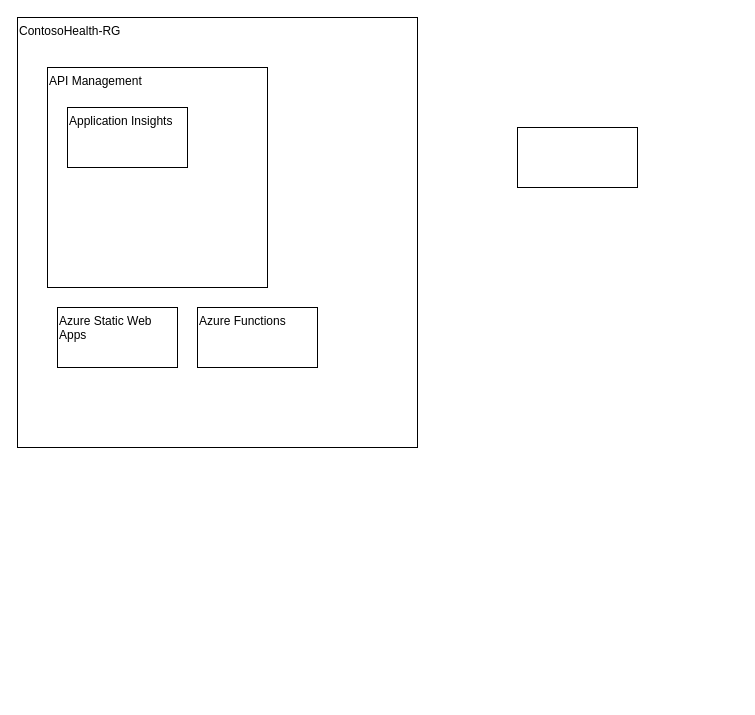
L3mondrop/team6architecture keeps this draw.io diagram as architectureteam6.drawio. Above is the earlier version. Source tidied: cells renumbered, new cells numbered last; positions are measured from the earlier drawing's top-left corner, leaving out a move shared by most shapes. Both pictures are drawn from the tidied source at 100%, with x=0, y=0 at pixel (17, 17).
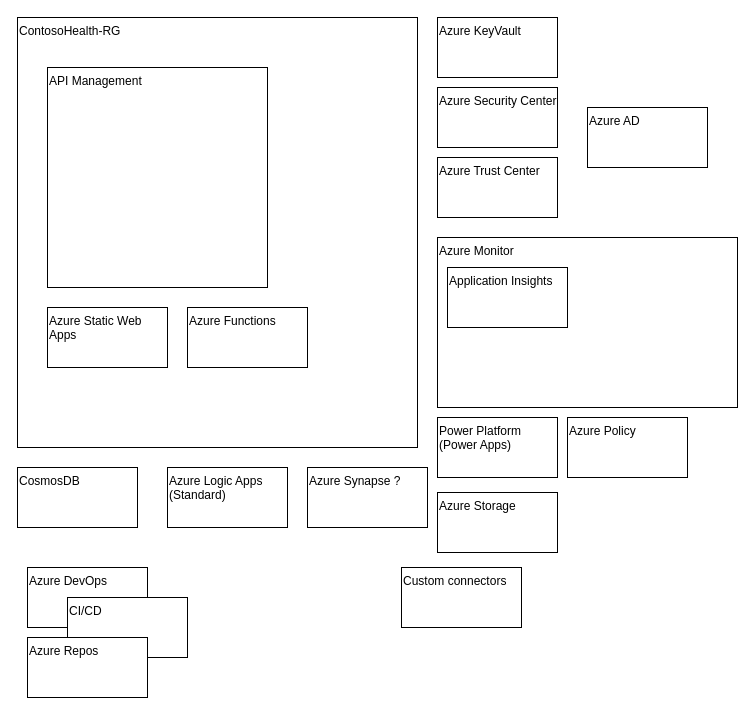
After the change.

The edit, as a diff of the source:
```diff
@@
-    <mxCell id="4" value="Application Insights" style="rounded=0;whiteSpace=wrap;html=1;align=left;verticalAlign=top;" parent="1" vertex="1">
-      <mxGeometry x="50" y="90" width="120" height="60" as="geometry" />
-    </mxCell>
     <mxCell id="5" value="Azure Static Web Apps" style="rounded=0;whiteSpace=wrap;html=1;align=left;verticalAlign=top;" parent="1" vertex="1">
-      <mxGeometry x="40" y="290" width="120" height="60" as="geometry" />
+      <mxGeometry x="30" y="290" width="120" height="60" as="geometry" />
     </mxCell>
     <mxCell id="6" value="Azure Functions" style="rounded=0;whiteSpace=wrap;html=1;align=left;verticalAlign=top;" parent="1" vertex="1">
-      <mxGeometry x="180" y="290" width="120" height="60" as="geometry" />
+      <mxGeometry x="170" y="290" width="120" height="60" as="geometry" />
     </mxCell>
-    <mxCell id="7" style="rounded=0;whiteSpace=wrap;html=1;align=left;verticalAlign=top;" parent="1" vertex="1">
-      <mxGeometry x="500" y="110" width="120" height="60" as="geometry" />
+    <mxCell id="7" value="Azure KeyVault" style="rounded=0;whiteSpace=wrap;html=1;align=left;verticalAlign=top;" parent="1" vertex="1">
+      <mxGeometry x="420" width="120" height="60" as="geometry" />
     </mxCell>
+    <mxCell id="8" value="Azure Monitor&lt;br&gt;" style="rounded=0;whiteSpace=wrap;html=1;align=left;verticalAlign=top;" parent="1" vertex="1">
+      <mxGeometry x="420" y="220" width="300" height="170" as="geometry" />
+    </mxCell>
+    <mxCell id="9" value="Azure Security Center" style="rounded=0;whiteSpace=wrap;html=1;align=left;verticalAlign=top;" parent="1" vertex="1">
+      <mxGeometry x="420" y="70" width="120" height="60" as="geometry" />
+    </mxCell>
+    <mxCell id="10" value="Azure Trust Center" style="rounded=0;whiteSpace=wrap;html=1;align=left;verticalAlign=top;" parent="1" vertex="1">
+      <mxGeometry x="420" y="140" width="120" height="60" as="geometry" />
+    </mxCell>
+    <mxCell id="4" value="Application Insights" style="rounded=0;whiteSpace=wrap;html=1;align=left;verticalAlign=top;" parent="1" vertex="1">
+      <mxGeometry x="430" y="250" width="120" height="60" as="geometry" />
+    </mxCell>
+    <mxCell id="11" value="Azure Policy&lt;br&gt;" style="rounded=0;whiteSpace=wrap;html=1;align=left;verticalAlign=top;" parent="1" vertex="1">
+      <mxGeometry x="550" y="400" width="120" height="60" as="geometry" />
+    </mxCell>
+    <mxCell id="12" value="Power Platform (Power Apps)" style="rounded=0;whiteSpace=wrap;html=1;align=left;verticalAlign=top;" parent="1" vertex="1">
+      <mxGeometry x="420" y="400" width="120" height="60" as="geometry" />
+    </mxCell>
+    <mxCell id="13" value="CosmosDB" style="rounded=0;whiteSpace=wrap;html=1;align=left;verticalAlign=top;" parent="1" vertex="1">
+      <mxGeometry y="450" width="120" height="60" as="geometry" />
+    </mxCell>
+    <mxCell id="14" value="Azure Synapse ?" style="rounded=0;whiteSpace=wrap;html=1;align=left;verticalAlign=top;" parent="1" vertex="1">
+      <mxGeometry x="290" y="450" width="120" height="60" as="geometry" />
+    </mxCell>
+    <mxCell id="15" value="Azure Logic Apps&lt;br&gt;(Standard)" style="rounded=0;whiteSpace=wrap;html=1;align=left;verticalAlign=top;" parent="1" vertex="1">
+      <mxGeometry x="150" y="450" width="120" height="60" as="geometry" />
+    </mxCell>
+    <mxCell id="16" value="Custom connectors&lt;br&gt;" style="rounded=0;whiteSpace=wrap;html=1;align=left;verticalAlign=top;" parent="1" vertex="1">
+      <mxGeometry x="384" y="550" width="120" height="60" as="geometry" />
+    </mxCell>
+    <mxCell id="17" value="Azure DevOps&lt;br&gt;" style="rounded=0;whiteSpace=wrap;html=1;align=left;verticalAlign=top;" parent="1" vertex="1">
+      <mxGeometry x="10" y="550" width="120" height="60" as="geometry" />
+    </mxCell>
+    <mxCell id="18" value="CI/CD" style="rounded=0;whiteSpace=wrap;html=1;align=left;verticalAlign=top;" parent="1" vertex="1">
+      <mxGeometry x="50" y="580" width="120" height="60" as="geometry" />
+    </mxCell>
+    <mxCell id="19" value="Azure Repos" style="rounded=0;whiteSpace=wrap;html=1;align=left;verticalAlign=top;" parent="1" vertex="1">
+      <mxGeometry x="10" y="620" width="120" height="60" as="geometry" />
+    </mxCell>
+    <mxCell id="20" value="Azure AD&lt;br&gt;" style="rounded=0;whiteSpace=wrap;html=1;align=left;verticalAlign=top;" parent="1" vertex="1">
+      <mxGeometry x="570" y="90" width="120" height="60" as="geometry" />
+    </mxCell>
+    <mxCell id="21" value="Azure Storage&lt;br&gt;" style="rounded=0;whiteSpace=wrap;html=1;align=left;verticalAlign=top;" parent="1" vertex="1">
+      <mxGeometry x="420" y="475" width="120" height="60" as="geometry" />
+    </mxCell>
```
